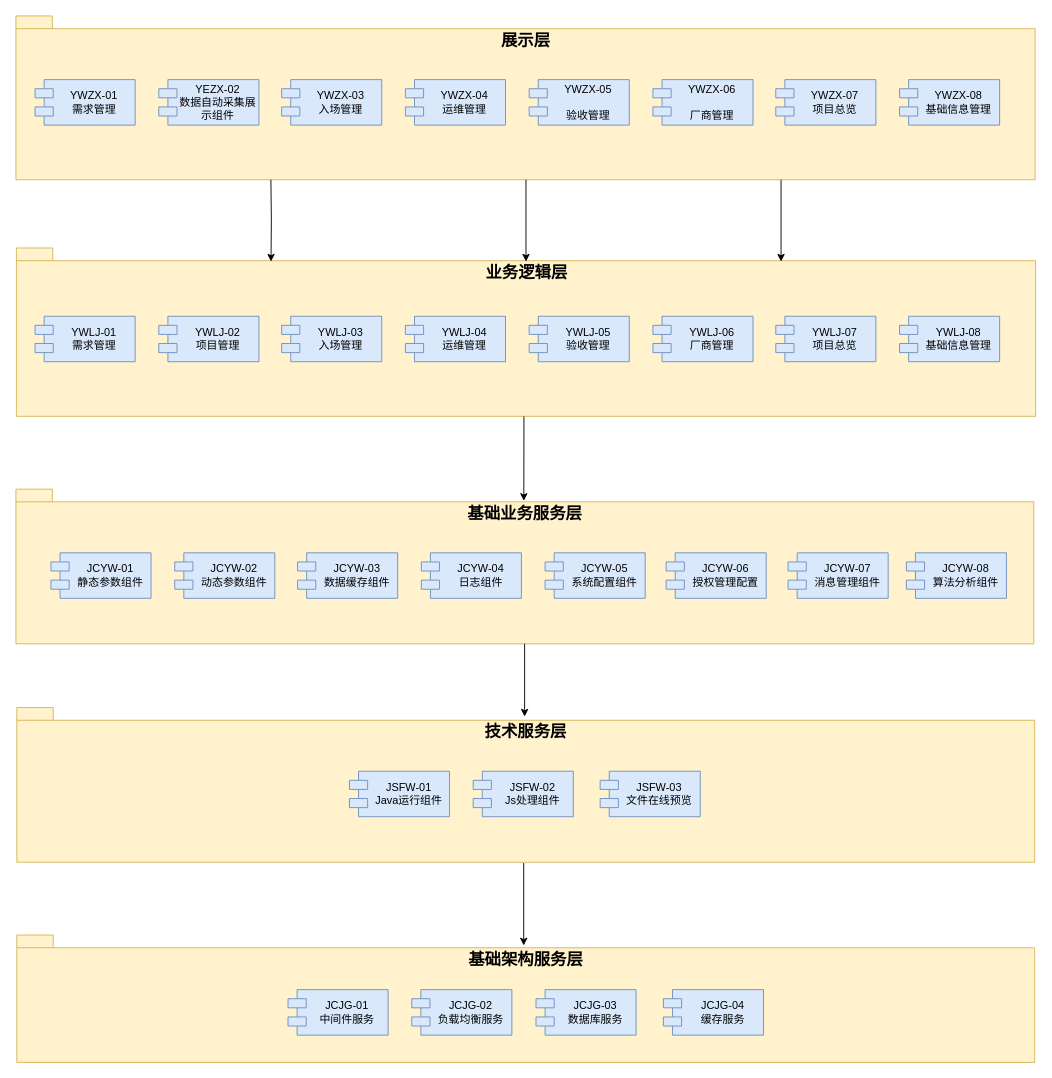
The draw.io diagram 信息运维-组件关联图.drawio in diaosinanshen/draw, before the edit. Source tidied: cells renumbered, new cells numbered last; positions are measured from the earlier drawing's top-left corner, leaving out a move shared by most shapes. Both pictures are drawn from the tidied source at 91%, with x=0, y=0 at pixel (15, 15).
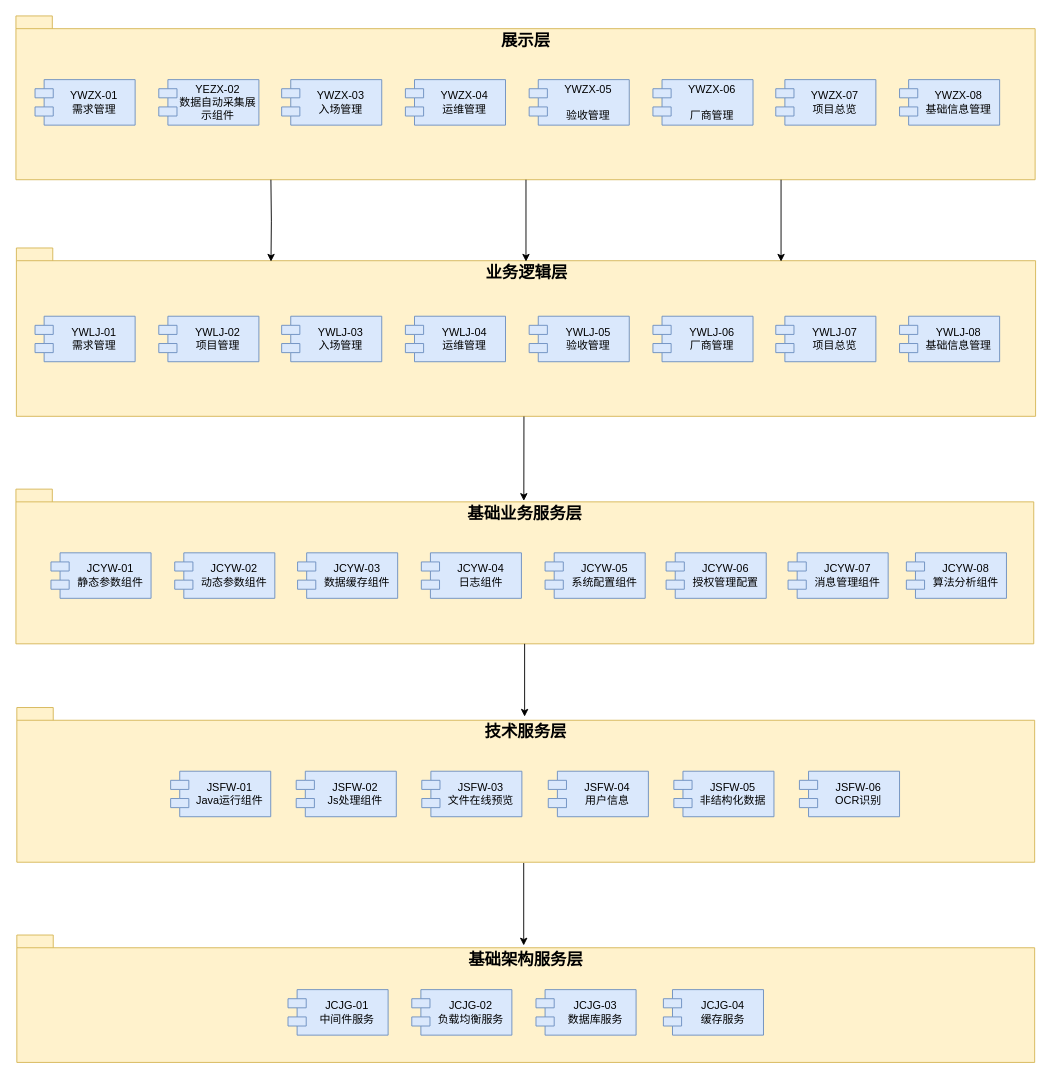
Above is the later version.

Commit message:
更新信息运维-组件关联图.drawio

The edit, as a diff of the source:
```diff
@@
     <mxCell id="24" value="JSFW-01&#10;Java运行组件" style="shape=module;align=center;spacingLeft=20;align=center;verticalAlign=middle;whiteSpace=wrap;labelPosition=center;verticalLabelPosition=middle;fillColor=#dae8fc;strokeColor=#6c8ebf;" parent="1" vertex="1">
-      <mxGeometry x="366.5" y="830" width="110" height="50" as="geometry" />
+      <mxGeometry x="170" y="830" width="110" height="50" as="geometry" />
     </mxCell>
     <mxCell id="25" value="JSFW-02&#10;Js处理组件" style="shape=module;align=center;spacingLeft=20;align=center;verticalAlign=middle;whiteSpace=wrap;labelPosition=center;verticalLabelPosition=middle;fillColor=#dae8fc;strokeColor=#6c8ebf;" parent="1" vertex="1">
-      <mxGeometry x="502.5" y="830" width="110" height="50" as="geometry" />
+      <mxGeometry x="308" y="830" width="110" height="50" as="geometry" />
     </mxCell>
@@
     <mxCell id="43" value="JSFW-03&#10;文件在线预览" style="shape=module;align=center;spacingLeft=20;align=center;verticalAlign=middle;whiteSpace=wrap;labelPosition=center;verticalLabelPosition=middle;fillColor=#dae8fc;strokeColor=#6c8ebf;" parent="1" vertex="1">
-      <mxGeometry x="642" y="830" width="110" height="50" as="geometry" />
+      <mxGeometry x="446" y="830" width="110" height="50" as="geometry" />
     </mxCell>
+    <mxCell id="44" value="JSFW-04&#10;用户信息" style="shape=module;align=center;spacingLeft=20;align=center;verticalAlign=middle;whiteSpace=wrap;labelPosition=center;verticalLabelPosition=middle;fillColor=#dae8fc;strokeColor=#6c8ebf;" parent="1" vertex="1">
+      <mxGeometry x="585" y="830" width="110" height="50" as="geometry" />
+    </mxCell>
+    <mxCell id="45" value="JSFW-05&#10;非结构化数据" style="shape=module;align=center;spacingLeft=20;align=center;verticalAlign=middle;whiteSpace=wrap;labelPosition=center;verticalLabelPosition=middle;fillColor=#dae8fc;strokeColor=#6c8ebf;" parent="1" vertex="1">
+      <mxGeometry x="723" y="830" width="110" height="50" as="geometry" />
+    </mxCell>
+    <mxCell id="46" value="JSFW-06&#10;OCR识别" style="shape=module;align=center;spacingLeft=20;align=center;verticalAlign=middle;whiteSpace=wrap;labelPosition=center;verticalLabelPosition=middle;fillColor=#dae8fc;strokeColor=#6c8ebf;" parent="1" vertex="1">
+      <mxGeometry x="861" y="830" width="110" height="50" as="geometry" />
+    </mxCell>
```
